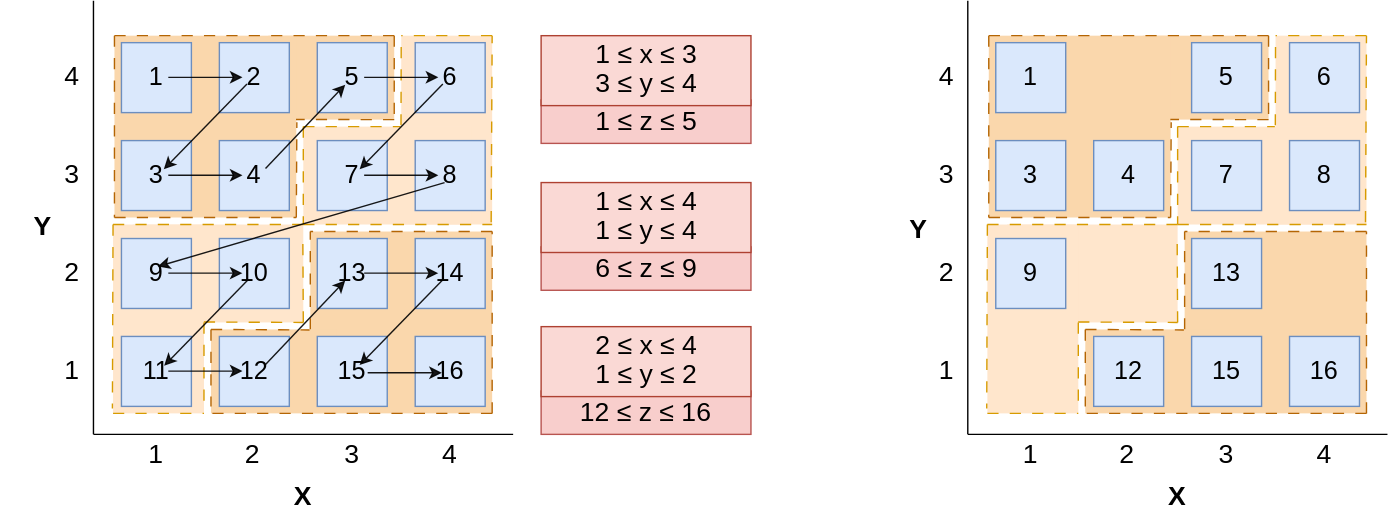
Before: assets/posts/spatial-index/z-order-sparse.svg, a diagram exported from draw.io (addu390/addu390.github.io). Source tidied: cells renumbered, new cells last; positions are measured from the earlier drawing's top-left corner, leaving out a move shared by most shapes.
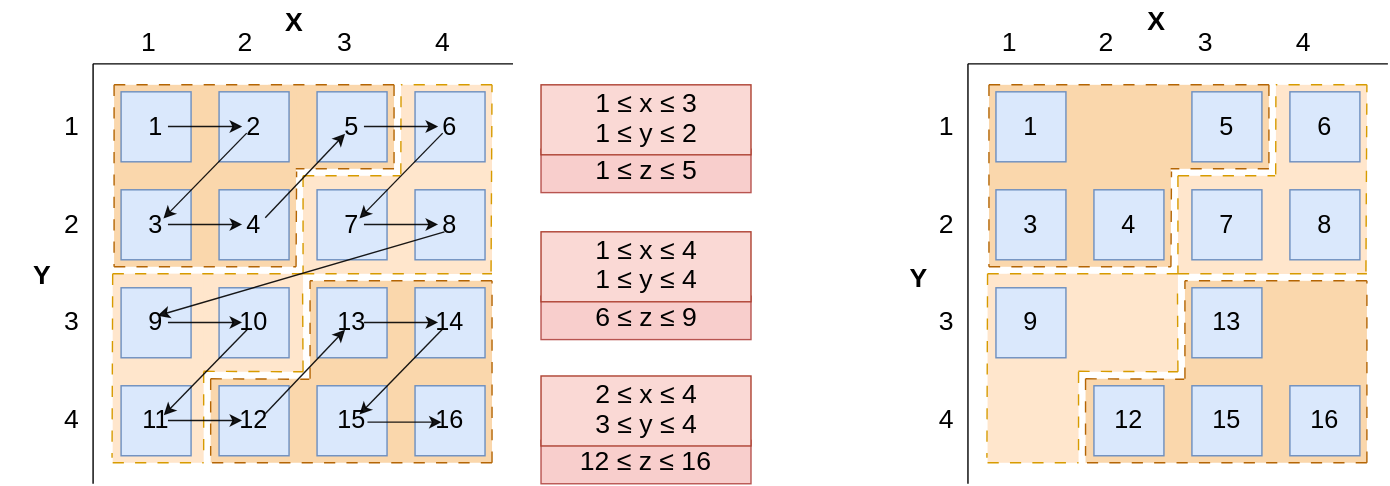
After the change.

Change to the diagram source:
```diff
@@ -77,41 +77,35 @@
     <mxCell id="26" style="endArrow=none;html=1;rounded=0;endFill=0;" parent="1" edge="1">
       <mxGeometry relative="1" as="geometry">
         <mxPoint x="66" y="310" as="sourcePoint" />
-        <mxPoint x="66" as="targetPoint" />
+        <mxPoint x="66" y="10" as="targetPoint" />
       </mxGeometry>
     </mxCell>
-    <mxCell id="27" style="endArrow=none;html=1;rounded=0;endFill=0;" parent="1" edge="1">
-      <mxGeometry relative="1" as="geometry">
-        <mxPoint x="66" y="310" as="sourcePoint" />
-        <mxPoint x="366" y="310" as="targetPoint" />
-      </mxGeometry>
-    </mxCell>
     <mxCell id="28" value="&lt;font style=&quot;font-size: 19px;&quot;&gt;1&lt;/font&gt;" style="text;html=1;align=center;verticalAlign=middle;whiteSpace=wrap;rounded=0;" parent="1" vertex="1">
-      <mxGeometry x="81" y="310" width="60" height="30" as="geometry" />
+      <mxGeometry x="76" y="-20" width="60" height="30" as="geometry" />
     </mxCell>
     <mxCell id="29" value="&lt;font style=&quot;font-size: 19px;&quot;&gt;2&lt;/font&gt;" style="text;html=1;align=center;verticalAlign=middle;whiteSpace=wrap;rounded=0;" parent="1" vertex="1">
-      <mxGeometry x="150" y="310" width="60" height="30" as="geometry" />
+      <mxGeometry x="145" y="-20" width="60" height="30" as="geometry" />
     </mxCell>
     <mxCell id="30" value="&lt;font style=&quot;font-size: 19px;&quot;&gt;3&lt;/font&gt;" style="text;html=1;align=center;verticalAlign=middle;whiteSpace=wrap;rounded=0;" parent="1" vertex="1">
-      <mxGeometry x="221" y="310" width="60" height="30" as="geometry" />
+      <mxGeometry x="216" y="-20" width="60" height="30" as="geometry" />
     </mxCell>
     <mxCell id="31" value="&lt;font style=&quot;font-size: 19px;&quot;&gt;4&lt;/font&gt;" style="text;html=1;align=center;verticalAlign=middle;whiteSpace=wrap;rounded=0;" parent="1" vertex="1">
-      <mxGeometry x="291" y="310" width="60" height="30" as="geometry" />
+      <mxGeometry x="286" y="-20" width="60" height="30" as="geometry" />
     </mxCell>
-    <mxCell id="32" value="&lt;font style=&quot;font-size: 19px;&quot;&gt;1&lt;/font&gt;" style="text;html=1;align=center;verticalAlign=middle;whiteSpace=wrap;rounded=0;" parent="1" vertex="1">
+    <mxCell id="32" value="&lt;font style=&quot;font-size: 19px;&quot;&gt;4&lt;/font&gt;" style="text;html=1;align=center;verticalAlign=middle;whiteSpace=wrap;rounded=0;" parent="1" vertex="1">
       <mxGeometry x="21" y="250" width="60" height="30" as="geometry" />
     </mxCell>
-    <mxCell id="33" value="&lt;font style=&quot;font-size: 19px;&quot;&gt;2&lt;/font&gt;" style="text;html=1;align=center;verticalAlign=middle;whiteSpace=wrap;rounded=0;" parent="1" vertex="1">
+    <mxCell id="33" value="&lt;font style=&quot;font-size: 19px;&quot;&gt;3&lt;/font&gt;" style="text;html=1;align=center;verticalAlign=middle;whiteSpace=wrap;rounded=0;" parent="1" vertex="1">
       <mxGeometry x="21" y="180" width="60" height="30" as="geometry" />
     </mxCell>
-    <mxCell id="34" value="&lt;font style=&quot;font-size: 19px;&quot;&gt;3&lt;/font&gt;" style="text;html=1;align=center;verticalAlign=middle;whiteSpace=wrap;rounded=0;" parent="1" vertex="1">
+    <mxCell id="34" value="&lt;font style=&quot;font-size: 19px;&quot;&gt;2&lt;/font&gt;" style="text;html=1;align=center;verticalAlign=middle;whiteSpace=wrap;rounded=0;" parent="1" vertex="1">
       <mxGeometry x="21" y="110" width="60" height="30" as="geometry" />
     </mxCell>
-    <mxCell id="35" value="&lt;font style=&quot;font-size: 19px;&quot;&gt;4&lt;/font&gt;" style="text;html=1;align=center;verticalAlign=middle;whiteSpace=wrap;rounded=0;" parent="1" vertex="1">
+    <mxCell id="35" value="&lt;font style=&quot;font-size: 19px;&quot;&gt;1&lt;/font&gt;" style="text;html=1;align=center;verticalAlign=middle;whiteSpace=wrap;rounded=0;" parent="1" vertex="1">
       <mxGeometry x="21" y="40" width="60" height="30" as="geometry" />
     </mxCell>
     <mxCell id="36" value="&lt;font style=&quot;font-size: 19px;&quot;&gt;&lt;b&gt;X&lt;/b&gt;&lt;/font&gt;" style="text;html=1;align=center;verticalAlign=middle;whiteSpace=wrap;rounded=0;" parent="1" vertex="1">
-      <mxGeometry x="186" y="340" width="60" height="30" as="geometry" />
+      <mxGeometry x="180" y="-34" width="60" height="30" as="geometry" />
     </mxCell>
     <mxCell id="37" style="endArrow=classic;html=1;rounded=0;opacity=90;" parent="1" edge="1">
       <mxGeometry relative="1" as="geometry">
@@ -278,41 +272,35 @@
     <mxCell id="85" style="endArrow=none;html=1;rounded=0;endFill=0;" parent="1" edge="1">
       <mxGeometry relative="1" as="geometry">
         <mxPoint x="691" y="310" as="sourcePoint" />
-        <mxPoint x="691" as="targetPoint" />
+        <mxPoint x="691" y="10" as="targetPoint" />
       </mxGeometry>
     </mxCell>
-    <mxCell id="86" style="endArrow=none;html=1;rounded=0;endFill=0;" parent="1" edge="1">
-      <mxGeometry relative="1" as="geometry">
-        <mxPoint x="691" y="310" as="sourcePoint" />
-        <mxPoint x="991" y="310" as="targetPoint" />
-      </mxGeometry>
-    </mxCell>
     <mxCell id="87" value="&lt;font style=&quot;font-size: 19px;&quot;&gt;1&lt;/font&gt;" style="text;html=1;align=center;verticalAlign=middle;whiteSpace=wrap;rounded=0;" parent="1" vertex="1">
-      <mxGeometry x="706" y="310" width="60" height="30" as="geometry" />
+      <mxGeometry x="691" y="-20" width="60" height="30" as="geometry" />
     </mxCell>
     <mxCell id="88" value="&lt;font style=&quot;font-size: 19px;&quot;&gt;2&lt;/font&gt;" style="text;html=1;align=center;verticalAlign=middle;whiteSpace=wrap;rounded=0;" parent="1" vertex="1">
-      <mxGeometry x="775" y="310" width="60" height="30" as="geometry" />
+      <mxGeometry x="760" y="-20" width="60" height="30" as="geometry" />
     </mxCell>
     <mxCell id="89" value="&lt;font style=&quot;font-size: 19px;&quot;&gt;3&lt;/font&gt;" style="text;html=1;align=center;verticalAlign=middle;whiteSpace=wrap;rounded=0;" parent="1" vertex="1">
-      <mxGeometry x="846" y="310" width="60" height="30" as="geometry" />
+      <mxGeometry x="831" y="-20" width="60" height="30" as="geometry" />
     </mxCell>
     <mxCell id="90" value="&lt;font style=&quot;font-size: 19px;&quot;&gt;4&lt;/font&gt;" style="text;html=1;align=center;verticalAlign=middle;whiteSpace=wrap;rounded=0;" parent="1" vertex="1">
-      <mxGeometry x="916" y="310" width="60" height="30" as="geometry" />
+      <mxGeometry x="901" y="-20" width="60" height="30" as="geometry" />
     </mxCell>
-    <mxCell id="91" value="&lt;font style=&quot;font-size: 19px;&quot;&gt;1&lt;/font&gt;" style="text;html=1;align=center;verticalAlign=middle;whiteSpace=wrap;rounded=0;" parent="1" vertex="1">
+    <mxCell id="91" value="&lt;font style=&quot;font-size: 19px;&quot;&gt;4&lt;/font&gt;" style="text;html=1;align=center;verticalAlign=middle;whiteSpace=wrap;rounded=0;" parent="1" vertex="1">
       <mxGeometry x="646" y="250" width="60" height="30" as="geometry" />
     </mxCell>
-    <mxCell id="92" value="&lt;font style=&quot;font-size: 19px;&quot;&gt;2&lt;/font&gt;" style="text;html=1;align=center;verticalAlign=middle;whiteSpace=wrap;rounded=0;" parent="1" vertex="1">
+    <mxCell id="92" value="&lt;font style=&quot;font-size: 19px;&quot;&gt;3&lt;/font&gt;" style="text;html=1;align=center;verticalAlign=middle;whiteSpace=wrap;rounded=0;" parent="1" vertex="1">
       <mxGeometry x="646" y="180" width="60" height="30" as="geometry" />
     </mxCell>
-    <mxCell id="93" value="&lt;font style=&quot;font-size: 19px;&quot;&gt;3&lt;/font&gt;" style="text;html=1;align=center;verticalAlign=middle;whiteSpace=wrap;rounded=0;" parent="1" vertex="1">
+    <mxCell id="93" value="&lt;font style=&quot;font-size: 19px;&quot;&gt;2&lt;/font&gt;" style="text;html=1;align=center;verticalAlign=middle;whiteSpace=wrap;rounded=0;" parent="1" vertex="1">
       <mxGeometry x="646" y="110" width="60" height="30" as="geometry" />
     </mxCell>
-    <mxCell id="94" value="&lt;font style=&quot;font-size: 19px;&quot;&gt;4&lt;/font&gt;" style="text;html=1;align=center;verticalAlign=middle;whiteSpace=wrap;rounded=0;" parent="1" vertex="1">
+    <mxCell id="94" value="&lt;font style=&quot;font-size: 19px;&quot;&gt;1&lt;/font&gt;" style="text;html=1;align=center;verticalAlign=middle;whiteSpace=wrap;rounded=0;" parent="1" vertex="1">
       <mxGeometry x="646" y="40" width="60" height="30" as="geometry" />
     </mxCell>
     <mxCell id="95" value="&lt;font style=&quot;font-size: 19px;&quot;&gt;&lt;b&gt;X&lt;/b&gt;&lt;/font&gt;" style="text;html=1;align=center;verticalAlign=middle;whiteSpace=wrap;rounded=0;" parent="1" vertex="1">
-      <mxGeometry x="811" y="340" width="60" height="30" as="geometry" />
+      <mxGeometry x="796" y="-35" width="60" height="30" as="geometry" />
     </mxCell>
     <mxCell id="96" style="endArrow=none;html=1;rounded=0;exitX=0;exitY=0;exitDx=0;exitDy=0;entryX=1;entryY=0;entryDx=0;entryDy=0;fillColor=#fad7ac;strokeColor=#b46504;dashed=1;dashPattern=8 8;" parent="1" edge="1" source="72" target="69">
       <mxGeometry relative="1" as="geometry" />
@@ -471,7 +459,7 @@
     <mxCell id="134" style="rounded=0;whiteSpace=wrap;html=1;fillColor=#fad9d5;strokeColor=#ae4132;" parent="1" vertex="1">
       <mxGeometry x="386" y="25" width="150" height="50" as="geometry" />
     </mxCell>
-    <mxCell id="135" value="&lt;font style=&quot;font-size: 19px;&quot;&gt;&lt;span class=&quot;base&quot;&gt;&lt;span class=&quot;mord mathnormal&quot;&gt;3&amp;nbsp;&lt;/span&gt;&lt;span class=&quot;mspace&quot;&gt;&lt;/span&gt;&lt;span class=&quot;mrel&quot;&gt;≤ y&lt;/span&gt;&lt;/span&gt;&lt;span class=&quot;base&quot;&gt;&lt;span class=&quot;mord mathnormal&quot;&gt;&amp;nbsp;&lt;/span&gt;&lt;span class=&quot;mspace&quot;&gt;&lt;/span&gt;&lt;span class=&quot;mrel&quot;&gt;≤ 4&lt;/span&gt;&lt;/span&gt;&lt;/font&gt;" style="text;html=1;align=center;verticalAlign=middle;whiteSpace=wrap;rounded=0;" parent="1" vertex="1">
+    <mxCell id="135" value="&lt;font style=&quot;font-size: 19px;&quot;&gt;&lt;span class=&quot;base&quot;&gt;&lt;span class=&quot;mord mathnormal&quot;&gt;1&amp;nbsp;&lt;/span&gt;&lt;span class=&quot;mspace&quot;&gt;&lt;/span&gt;&lt;span class=&quot;mrel&quot;&gt;≤ y&lt;/span&gt;&lt;/span&gt;&lt;span class=&quot;base&quot;&gt;&lt;span class=&quot;mord mathnormal&quot;&gt;&amp;nbsp;&lt;/span&gt;&lt;span class=&quot;mspace&quot;&gt;&lt;/span&gt;&lt;span class=&quot;mrel&quot;&gt;≤ 2&lt;/span&gt;&lt;/span&gt;&lt;/font&gt;" style="text;html=1;align=center;verticalAlign=middle;whiteSpace=wrap;rounded=0;" parent="1" vertex="1">
       <mxGeometry x="423.5" y="54.5" width="75" height="10" as="geometry" />
     </mxCell>
     <mxCell id="136" value="&lt;span style=&quot;font-size: 19px;&quot; class=&quot;base&quot;&gt;&lt;span class=&quot;mord mathnormal&quot;&gt;1&amp;nbsp;&lt;/span&gt;&lt;span class=&quot;mspace&quot;&gt;&lt;/span&gt;&lt;span class=&quot;mrel&quot;&gt;≤&amp;nbsp;&lt;/span&gt;&lt;span class=&quot;mspace&quot;&gt;&lt;/span&gt;&lt;/span&gt;&lt;span style=&quot;font-size: 19px;&quot; class=&quot;base&quot;&gt;&lt;span class=&quot;strut&quot;&gt;&lt;/span&gt;&lt;span class=&quot;mord mathnormal&quot;&gt;x&amp;nbsp;&lt;/span&gt;&lt;span class=&quot;mspace&quot;&gt;&lt;/span&gt;&lt;span class=&quot;mrel&quot;&gt;≤ 3&lt;/span&gt;&lt;/span&gt;" style="text;html=1;align=center;verticalAlign=middle;whiteSpace=wrap;rounded=0;" parent="1" vertex="1">
@@ -486,7 +474,7 @@
     <mxCell id="139" style="rounded=0;whiteSpace=wrap;html=1;fillColor=#fad9d5;strokeColor=#ae4132;" parent="1" vertex="1">
       <mxGeometry x="386" y="233" width="150" height="50" as="geometry" />
     </mxCell>
-    <mxCell id="140" value="&lt;font style=&quot;font-size: 19px;&quot;&gt;&lt;span class=&quot;base&quot;&gt;&lt;span class=&quot;mord mathnormal&quot;&gt;1&amp;nbsp;&lt;/span&gt;&lt;span class=&quot;mspace&quot;&gt;&lt;/span&gt;&lt;span class=&quot;mrel&quot;&gt;≤ y&lt;/span&gt;&lt;/span&gt;&lt;span class=&quot;base&quot;&gt;&lt;span class=&quot;mord mathnormal&quot;&gt;&amp;nbsp;&lt;/span&gt;&lt;span class=&quot;mspace&quot;&gt;&lt;/span&gt;&lt;span class=&quot;mrel&quot;&gt;≤ 2&lt;/span&gt;&lt;/span&gt;&lt;/font&gt;" style="text;html=1;align=center;verticalAlign=middle;whiteSpace=wrap;rounded=0;" parent="1" vertex="1">
+    <mxCell id="140" value="&lt;font style=&quot;font-size: 19px;&quot;&gt;&lt;span class=&quot;base&quot;&gt;&lt;span class=&quot;mord mathnormal&quot;&gt;3&amp;nbsp;&lt;/span&gt;&lt;span class=&quot;mspace&quot;&gt;&lt;/span&gt;&lt;span class=&quot;mrel&quot;&gt;≤ y&lt;/span&gt;&lt;/span&gt;&lt;span class=&quot;base&quot;&gt;&lt;span class=&quot;mord mathnormal&quot;&gt;&amp;nbsp;&lt;/span&gt;&lt;span class=&quot;mspace&quot;&gt;&lt;/span&gt;&lt;span class=&quot;mrel&quot;&gt;≤ 4&lt;/span&gt;&lt;/span&gt;&lt;/font&gt;" style="text;html=1;align=center;verticalAlign=middle;whiteSpace=wrap;rounded=0;" parent="1" vertex="1">
       <mxGeometry x="423.5" y="262.5" width="75" height="10" as="geometry" />
     </mxCell>
     <mxCell id="141" value="&lt;span style=&quot;font-size: 19px;&quot; class=&quot;base&quot;&gt;&lt;span class=&quot;mord mathnormal&quot;&gt;2&amp;nbsp;&lt;/span&gt;&lt;span class=&quot;mspace&quot;&gt;&lt;/span&gt;&lt;span class=&quot;mrel&quot;&gt;≤&amp;nbsp;&lt;/span&gt;&lt;span class=&quot;mspace&quot;&gt;&lt;/span&gt;&lt;/span&gt;&lt;span style=&quot;font-size: 19px;&quot; class=&quot;base&quot;&gt;&lt;span class=&quot;strut&quot;&gt;&lt;/span&gt;&lt;span class=&quot;mord mathnormal&quot;&gt;x&amp;nbsp;&lt;/span&gt;&lt;span class=&quot;mspace&quot;&gt;&lt;/span&gt;&lt;span class=&quot;mrel&quot;&gt;≤ 4&lt;/span&gt;&lt;/span&gt;" style="text;html=1;align=center;verticalAlign=middle;whiteSpace=wrap;rounded=0;" parent="1" vertex="1">
@@ -510,5 +498,17 @@
     <mxCell id="147" value="&lt;font style=&quot;font-size: 19px;&quot;&gt;&lt;span class=&quot;base&quot;&gt;&lt;span class=&quot;mord mathnormal&quot;&gt;6&amp;nbsp;&lt;/span&gt;&lt;span class=&quot;mspace&quot;&gt;&lt;/span&gt;&lt;span class=&quot;mrel&quot;&gt;≤ z&lt;/span&gt;&lt;/span&gt;&lt;span class=&quot;base&quot;&gt;&lt;span class=&quot;mord mathnormal&quot;&gt;&amp;nbsp;&lt;/span&gt;&lt;span class=&quot;mspace&quot;&gt;&lt;/span&gt;&lt;span class=&quot;mrel&quot;&gt;≤ 9&lt;/span&gt;&lt;/span&gt;&lt;/font&gt;" style="text;html=1;align=center;verticalAlign=middle;whiteSpace=wrap;rounded=0;" parent="1" vertex="1">
       <mxGeometry x="423.5" y="186.5" width="75" height="10" as="geometry" />
     </mxCell>
+    <mxCell id="148" style="endArrow=none;html=1;rounded=0;endFill=0;" parent="1" edge="1">
+      <mxGeometry relative="1" as="geometry">
+        <mxPoint x="66" y="10" as="sourcePoint" />
+        <mxPoint x="366" y="10" as="targetPoint" />
+      </mxGeometry>
+    </mxCell>
+    <mxCell id="149" style="endArrow=none;html=1;rounded=0;endFill=0;" parent="1" edge="1">
+      <mxGeometry relative="1" as="geometry">
+        <mxPoint x="691" y="10" as="sourcePoint" />
+        <mxPoint x="991" y="10" as="targetPoint" />
+      </mxGeometry>
+    </mxCell>
   </root>
 </mxGraphModel>
```
